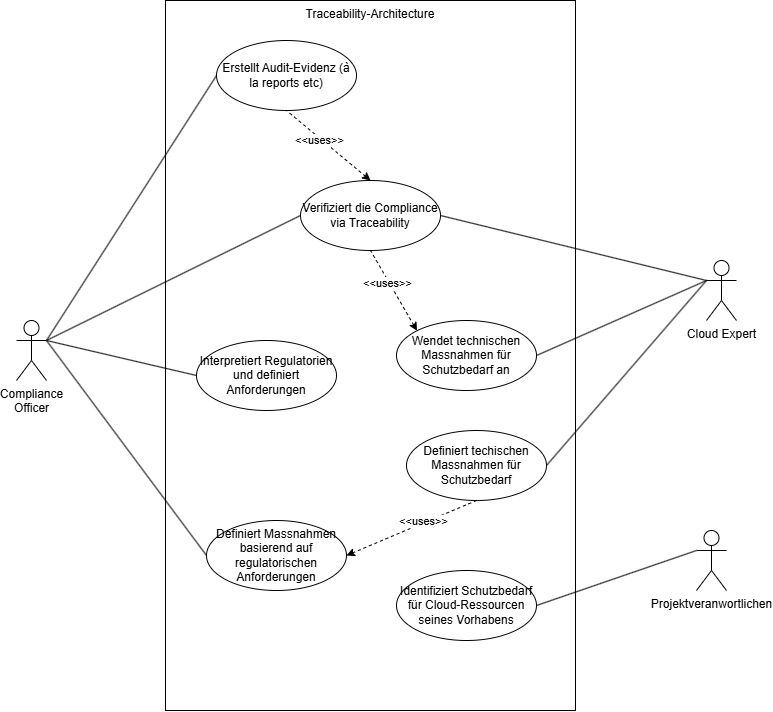
The draw.io diagram graphics/ip6-ideation-Use-Case.drawio.png in frithjofhoppe/aitw-report, before a commit. Source tidied: cells renumbered, new cells last; positions are measured from the earlier drawing's top-left corner, leaving out a move shared by most shapes. Its diagram source:
```xml
<mxGraphModel>
  <root>
    <mxCell id="0" />
    <mxCell id="1" parent="0" />
    <mxCell id="2" value="Traceability-Architecture" style="html=1;whiteSpace=wrap;labelPosition=center;verticalLabelPosition=middle;align=center;verticalAlign=top;fillColor=none;" parent="1" vertex="1">
      <mxGeometry x="149" width="410" height="710" as="geometry" />
    </mxCell>
    <mxCell id="3" value="Compliance&lt;div&gt;Officer&lt;/div&gt;" style="shape=umlActor;verticalLabelPosition=bottom;verticalAlign=top;html=1;outlineConnect=0;" parent="1" vertex="1">
      <mxGeometry y="320" width="30" height="60" as="geometry" />
    </mxCell>
    <mxCell id="4" value="Projektveranwortlichen" style="shape=umlActor;verticalLabelPosition=bottom;verticalAlign=top;html=1;outlineConnect=0;" parent="1" vertex="1">
      <mxGeometry x="680" y="530" width="30" height="60" as="geometry" />
    </mxCell>
    <mxCell id="5" value="Erstellt Audit-Evidenz (à la reports etc)" style="ellipse;whiteSpace=wrap;html=1;fillColor=none;" parent="1" vertex="1">
      <mxGeometry x="200" y="40" width="140" height="70" as="geometry" />
    </mxCell>
    <mxCell id="6" value="Cloud Expert" style="shape=umlActor;verticalLabelPosition=bottom;verticalAlign=top;html=1;outlineConnect=0;" parent="1" vertex="1">
      <mxGeometry x="690" y="260" width="30" height="60" as="geometry" />
    </mxCell>
    <mxCell id="7" value="Identifiziert Schutzbedarf für Cloud-Ressourcen seines Vorhabens" style="ellipse;whiteSpace=wrap;html=1;" parent="1" vertex="1">
      <mxGeometry x="380" y="570" width="140" height="70" as="geometry" />
    </mxCell>
    <mxCell id="8" value="Interpretiert Regulatorien und definiert Anforderungen" style="ellipse;whiteSpace=wrap;html=1;" parent="1" vertex="1">
      <mxGeometry x="180" y="340" width="140" height="70" as="geometry" />
    </mxCell>
    <mxCell id="9" value="Definiert techischen Massnahmen für Schutzbedarf" style="ellipse;whiteSpace=wrap;html=1;" parent="1" vertex="1">
      <mxGeometry x="390" y="430" width="140" height="70" as="geometry" />
    </mxCell>
    <mxCell id="10" value="Verifiziert die Compliance via Traceability" style="ellipse;whiteSpace=wrap;html=1;" parent="1" vertex="1">
      <mxGeometry x="284" y="180" width="140" height="70" as="geometry" />
    </mxCell>
    <mxCell id="11" style="rounded=0;jettySize=auto;html=1;entryX=0;entryY=0.3333333333333333;entryDx=0;entryDy=0;entryPerimeter=0;endArrow=none;endFill=0;exitX=1;exitY=0.5;exitDx=0;exitDy=0;" parent="1" edge="1" source="10" target="6">
      <mxGeometry relative="1" as="geometry" />
    </mxCell>
    <mxCell id="12" style="rounded=0;jettySize=auto;html=1;entryX=0;entryY=0.5;entryDx=0;entryDy=0;endArrow=none;endFill=0;exitX=1;exitY=0.3333333333333333;exitDx=0;exitDy=0;exitPerimeter=0;" parent="1" edge="1" source="3" target="10">
      <mxGeometry relative="1" as="geometry" />
    </mxCell>
    <mxCell id="13" style="rounded=0;jettySize=auto;html=1;entryX=0;entryY=0.5;entryDx=0;entryDy=0;endArrow=none;endFill=0;exitX=1;exitY=0.3333333333333333;exitDx=0;exitDy=0;exitPerimeter=0;" parent="1" edge="1" source="3" target="5">
      <mxGeometry relative="1" as="geometry" />
    </mxCell>
    <mxCell id="14" style="rounded=0;jettySize=auto;html=1;endArrow=none;endFill=0;exitX=1;exitY=0.5;exitDx=0;exitDy=0;entryX=0;entryY=0.3333333333333333;entryDx=0;entryDy=0;entryPerimeter=0;" parent="1" edge="1" source="9" target="6">
      <mxGeometry relative="1" as="geometry" />
    </mxCell>
    <mxCell id="15" style="rounded=0;jettySize=auto;html=1;endArrow=none;endFill=0;exitX=1;exitY=0.5;exitDx=0;exitDy=0;entryX=0;entryY=0.3333333333333333;entryDx=0;entryDy=0;entryPerimeter=0;" parent="1" edge="1" source="7" target="4">
      <mxGeometry relative="1" as="geometry" />
    </mxCell>
    <mxCell id="16" style="rounded=0;jettySize=auto;html=1;entryX=0;entryY=0.5;entryDx=0;entryDy=0;endArrow=none;endFill=0;exitX=1;exitY=0.3333333333333333;exitDx=0;exitDy=0;exitPerimeter=0;" parent="1" edge="1" source="3" target="8">
      <mxGeometry relative="1" as="geometry" />
    </mxCell>
    <mxCell id="17" value="Definiert Massnahmen basierend auf regulatorischen Anforderungen" style="ellipse;whiteSpace=wrap;html=1;" parent="1" vertex="1">
      <mxGeometry x="190" y="520" width="140" height="70" as="geometry" />
    </mxCell>
    <mxCell id="18" style="rounded=0;jettySize=auto;html=1;entryX=0;entryY=0.5;entryDx=0;entryDy=0;endArrow=none;endFill=0;exitX=1;exitY=0.3333333333333333;exitDx=0;exitDy=0;exitPerimeter=0;" parent="1" edge="1" source="3" target="17">
      <mxGeometry relative="1" as="geometry" />
    </mxCell>
    <mxCell id="19" value="Wendet technischen Massnahmen für Schutzbedarf an" style="ellipse;whiteSpace=wrap;html=1;" parent="1" vertex="1">
      <mxGeometry x="380" y="320" width="140" height="70" as="geometry" />
    </mxCell>
    <mxCell id="20" style="rounded=0;jettySize=auto;html=1;endArrow=none;endFill=0;exitX=1;exitY=0.5;exitDx=0;exitDy=0;entryX=0;entryY=0.3333333333333333;entryDx=0;entryDy=0;entryPerimeter=0;" parent="1" edge="1" source="19" target="6">
      <mxGeometry relative="1" as="geometry" />
    </mxCell>
    <mxCell id="21" style="rounded=0;jettySize=auto;html=1;endArrow=none;endFill=0;exitX=1;exitY=0.5;exitDx=0;exitDy=0;entryX=0.5;entryY=1;entryDx=0;entryDy=0;startArrow=classic;startFill=1;dashed=1;" parent="1" edge="1" source="17" target="9">
      <mxGeometry relative="1" as="geometry" />
    </mxCell>
    <mxCell id="22" value="&amp;lt;&amp;lt;uses&amp;gt;&amp;gt;" style="edgeLabel;html=1;align=center;verticalAlign=middle;" parent="21" vertex="1">
      <mxGeometry x="0.2" y="2" relative="1" as="geometry" />
    </mxCell>
    <mxCell id="23" style="rounded=0;jettySize=auto;html=1;endArrow=none;endFill=0;exitX=0.5;exitY=0;exitDx=0;exitDy=0;entryX=0.5;entryY=1;entryDx=0;entryDy=0;startArrow=classic;startFill=1;dashed=1;" parent="1" edge="1" source="10" target="5">
      <mxGeometry relative="1" as="geometry" />
    </mxCell>
    <mxCell id="24" value="&amp;lt;&amp;lt;uses&amp;gt;&amp;gt;" style="edgeLabel;html=1;align=center;verticalAlign=middle;" parent="23" vertex="1">
      <mxGeometry x="0.2" y="2" relative="1" as="geometry" />
    </mxCell>
    <mxCell id="25" style="rounded=0;jettySize=auto;html=1;endArrow=none;endFill=0;entryX=0.5;entryY=1;entryDx=0;entryDy=0;startArrow=classic;startFill=1;dashed=1;exitX=0;exitY=0;exitDx=0;exitDy=0;" parent="1" edge="1" source="19" target="10">
      <mxGeometry relative="1" as="geometry" />
    </mxCell>
    <mxCell id="26" value="&amp;lt;&amp;lt;uses&amp;gt;&amp;gt;" style="edgeLabel;html=1;align=center;verticalAlign=middle;" parent="25" vertex="1">
      <mxGeometry x="0.2" y="2" relative="1" as="geometry" />
    </mxCell>
  </root>
</mxGraphModel>
```
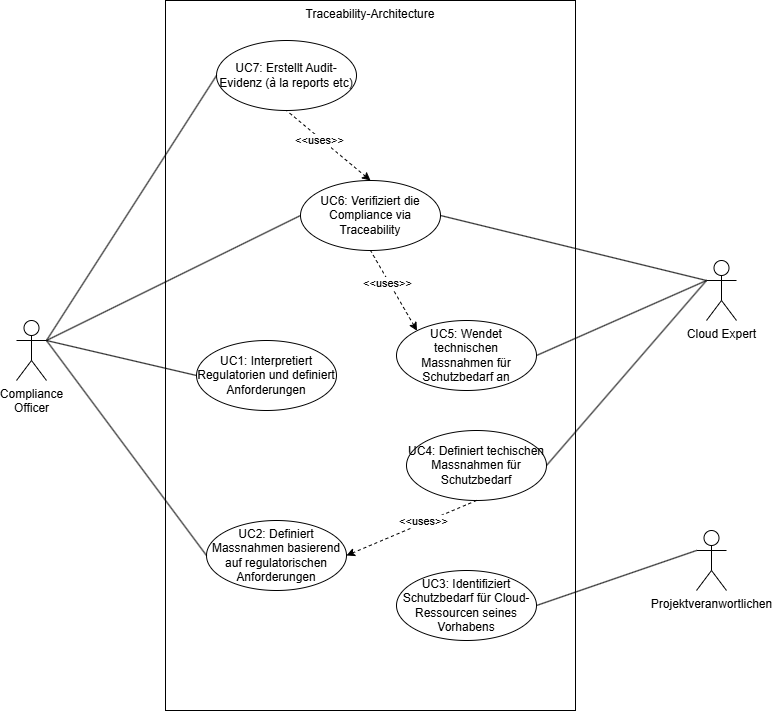
Later version of the same file.

What changed in the source:
```diff
@@ -11,22 +11,22 @@
     <mxCell id="4" value="Projektveranwortlichen" style="shape=umlActor;verticalLabelPosition=bottom;verticalAlign=top;html=1;outlineConnect=0;" parent="1" vertex="1">
       <mxGeometry x="680" y="530" width="30" height="60" as="geometry" />
     </mxCell>
-    <mxCell id="5" value="Erstellt Audit-Evidenz (à la reports etc)" style="ellipse;whiteSpace=wrap;html=1;fillColor=none;" parent="1" vertex="1">
+    <mxCell id="5" value="UC7: Erstellt Audit-Evidenz (à la reports etc)" style="ellipse;whiteSpace=wrap;html=1;fillColor=none;" parent="1" vertex="1">
       <mxGeometry x="200" y="40" width="140" height="70" as="geometry" />
     </mxCell>
     <mxCell id="6" value="Cloud Expert" style="shape=umlActor;verticalLabelPosition=bottom;verticalAlign=top;html=1;outlineConnect=0;" parent="1" vertex="1">
       <mxGeometry x="690" y="260" width="30" height="60" as="geometry" />
     </mxCell>
-    <mxCell id="7" value="Identifiziert Schutzbedarf für Cloud-Ressourcen seines Vorhabens" style="ellipse;whiteSpace=wrap;html=1;" parent="1" vertex="1">
+    <mxCell id="7" value="UC3: Identifiziert Schutzbedarf für Cloud-Ressourcen seines Vorhabens" style="ellipse;whiteSpace=wrap;html=1;" parent="1" vertex="1">
       <mxGeometry x="380" y="570" width="140" height="70" as="geometry" />
     </mxCell>
-    <mxCell id="8" value="Interpretiert Regulatorien und definiert Anforderungen" style="ellipse;whiteSpace=wrap;html=1;" parent="1" vertex="1">
+    <mxCell id="8" value="UC1: Interpretiert Regulatorien und definiert Anforderungen" style="ellipse;whiteSpace=wrap;html=1;" parent="1" vertex="1">
       <mxGeometry x="180" y="340" width="140" height="70" as="geometry" />
     </mxCell>
-    <mxCell id="9" value="Definiert techischen Massnahmen für Schutzbedarf" style="ellipse;whiteSpace=wrap;html=1;" parent="1" vertex="1">
+    <mxCell id="9" value="UC4: Definiert techischen Massnahmen für Schutzbedarf" style="ellipse;whiteSpace=wrap;html=1;" parent="1" vertex="1">
       <mxGeometry x="390" y="430" width="140" height="70" as="geometry" />
     </mxCell>
-    <mxCell id="10" value="Verifiziert die Compliance via Traceability" style="ellipse;whiteSpace=wrap;html=1;" parent="1" vertex="1">
+    <mxCell id="10" value="UC6: Verifiziert die Compliance via Traceability" style="ellipse;whiteSpace=wrap;html=1;" parent="1" vertex="1">
       <mxGeometry x="284" y="180" width="140" height="70" as="geometry" />
     </mxCell>
     <mxCell id="11" style="rounded=0;jettySize=auto;html=1;entryX=0;entryY=0.3333333333333333;entryDx=0;entryDy=0;entryPerimeter=0;endArrow=none;endFill=0;exitX=1;exitY=0.5;exitDx=0;exitDy=0;" parent="1" edge="1" source="10" target="6">
@@ -47,13 +47,13 @@
     <mxCell id="16" style="rounded=0;jettySize=auto;html=1;entryX=0;entryY=0.5;entryDx=0;entryDy=0;endArrow=none;endFill=0;exitX=1;exitY=0.3333333333333333;exitDx=0;exitDy=0;exitPerimeter=0;" parent="1" edge="1" source="3" target="8">
       <mxGeometry relative="1" as="geometry" />
     </mxCell>
-    <mxCell id="17" value="Definiert Massnahmen basierend auf regulatorischen Anforderungen" style="ellipse;whiteSpace=wrap;html=1;" parent="1" vertex="1">
+    <mxCell id="17" value="UC2: Definiert Massnahmen basierend auf regulatorischen Anforderungen" style="ellipse;whiteSpace=wrap;html=1;" parent="1" vertex="1">
       <mxGeometry x="190" y="520" width="140" height="70" as="geometry" />
     </mxCell>
     <mxCell id="18" style="rounded=0;jettySize=auto;html=1;entryX=0;entryY=0.5;entryDx=0;entryDy=0;endArrow=none;endFill=0;exitX=1;exitY=0.3333333333333333;exitDx=0;exitDy=0;exitPerimeter=0;" parent="1" edge="1" source="3" target="17">
       <mxGeometry relative="1" as="geometry" />
     </mxCell>
-    <mxCell id="19" value="Wendet technischen Massnahmen für Schutzbedarf an" style="ellipse;whiteSpace=wrap;html=1;" parent="1" vertex="1">
+    <mxCell id="19" value="UC5: Wendet technischen Massnahmen für Schutzbedarf an" style="ellipse;whiteSpace=wrap;html=1;" parent="1" vertex="1">
       <mxGeometry x="380" y="320" width="140" height="70" as="geometry" />
     </mxCell>
     <mxCell id="20" style="rounded=0;jettySize=auto;html=1;endArrow=none;endFill=0;exitX=1;exitY=0.5;exitDx=0;exitDy=0;entryX=0;entryY=0.3333333333333333;entryDx=0;entryDy=0;entryPerimeter=0;" parent="1" edge="1" source="19" target="6">
```
